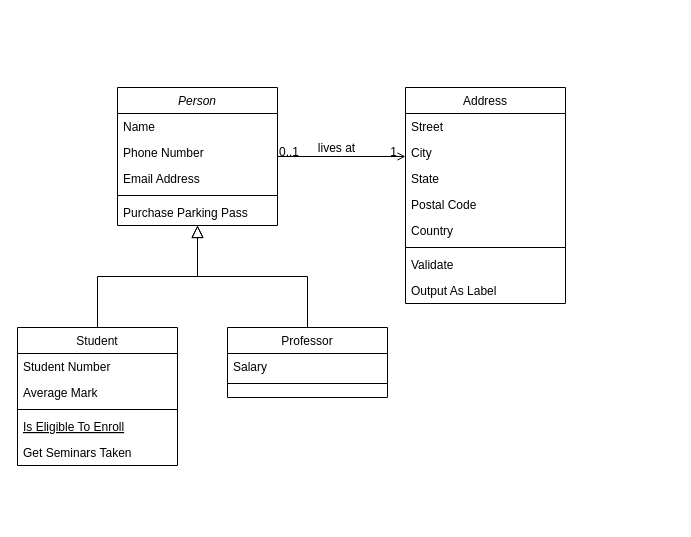
This is diagrama_de_classe.drawio from sidnneygove/diagramas, a draw.io file, before an edit. Source tidied: cells renumbered, new cells numbered last; positions are measured from the earlier drawing's top-left corner, leaving out a move shared by most shapes. Both pictures are drawn from the tidied source at 100%, with x=0, y=0 at pixel (17, 87).
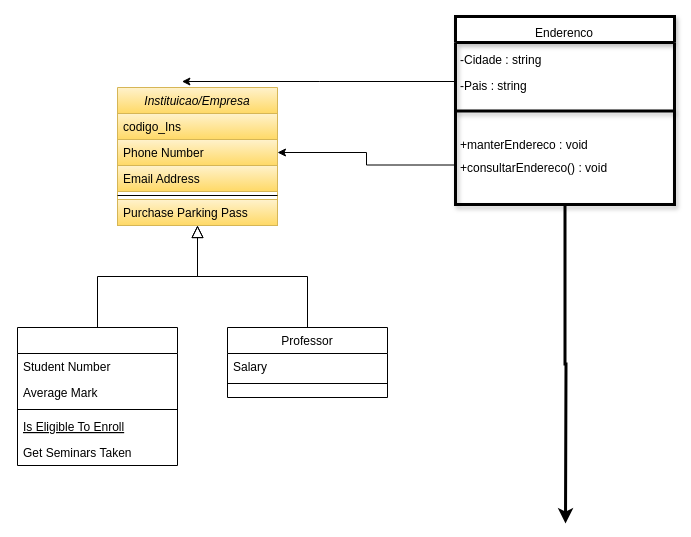
Above is the later version.

Change to the diagram source:
```diff
@@
-    <mxCell id="2" value="Person" style="swimlane;fontStyle=2;align=center;verticalAlign=top;horizontal=1;startSize=26;rounded=0;shadow=0;strokeWidth=1;" parent="1" vertex="1">
+    <mxCell id="2" value="Instituicao/Empresa" style="swimlane;fontStyle=2;align=center;verticalAlign=top;horizontal=1;startSize=26;rounded=0;shadow=0;strokeWidth=1;fillColor=#fff2cc;strokeColor=#d6b656;gradientColor=#ffd966;" parent="1" vertex="1">
       <mxGeometry x="100" width="160" height="138" as="geometry" />
     </mxCell>
-    <mxCell id="3" value="Name" style="text;align=left;verticalAlign=top;spacingLeft=4;spacingRight=4;overflow=hidden;" parent="2" vertex="1">
+    <mxCell id="3" value="codigo_Ins" style="text;align=left;verticalAlign=top;spacingLeft=4;spacingRight=4;overflow=hidden;fillColor=#fff2cc;strokeColor=#d6b656;gradientColor=#ffd966;" parent="2" vertex="1">
       <mxGeometry y="26" width="160" height="26" as="geometry" />
     </mxCell>
-    <mxCell id="4" value="Phone Number" style="text;align=left;verticalAlign=top;spacingLeft=4;spacingRight=4;overflow=hidden;points=[[0,0.5],[1,0.5]];portConstraint=eastwest;rounded=0;shadow=0;html=0;" parent="2" vertex="1">
+    <mxCell id="4" value="Phone Number" style="text;align=left;verticalAlign=top;spacingLeft=4;spacingRight=4;overflow=hidden;points=[[0,0.5],[1,0.5]];portConstraint=eastwest;rounded=0;shadow=0;html=0;fillColor=#fff2cc;strokeColor=#d6b656;gradientColor=#ffd966;" parent="2" vertex="1">
       <mxGeometry y="52" width="160" height="26" as="geometry" />
     </mxCell>
-    <mxCell id="5" value="Email Address" style="text;align=left;verticalAlign=top;spacingLeft=4;spacingRight=4;overflow=hidden;rounded=0;shadow=0;html=0;" parent="2" vertex="1">
+    <mxCell id="5" value="Email Address" style="text;align=left;verticalAlign=top;spacingLeft=4;spacingRight=4;overflow=hidden;rounded=0;shadow=0;html=0;fillColor=#fff2cc;strokeColor=#d6b656;gradientColor=#ffd966;" parent="2" vertex="1">
       <mxGeometry y="78" width="160" height="26" as="geometry" />
     </mxCell>
@@
-    <mxCell id="7" value="Purchase Parking Pass" style="text;align=left;verticalAlign=top;spacingLeft=4;spacingRight=4;overflow=hidden;" parent="2" vertex="1">
+    <mxCell id="7" value="Purchase Parking Pass" style="text;align=left;verticalAlign=top;spacingLeft=4;spacingRight=4;overflow=hidden;fillColor=#fff2cc;strokeColor=#d6b656;gradientColor=#ffd966;" parent="2" vertex="1">
       <mxGeometry y="112" width="160" height="26" as="geometry" />
     </mxCell>
-    <mxCell id="8" value="Student" style="swimlane;fontStyle=0;align=center;verticalAlign=top;horizontal=1;startSize=26;rounded=0;shadow=0;strokeWidth=1;" parent="1" vertex="1">
+    <mxCell id="8" style="swimlane;fontStyle=0;align=center;verticalAlign=top;horizontal=1;startSize=26;rounded=0;shadow=0;strokeWidth=1;" parent="1" vertex="1">
       <mxGeometry y="240" width="160" height="138" as="geometry" />
     </mxCell>
@@
+    <mxCell id="32" style="edgeStyle=orthogonalEdgeStyle;rounded=0;jettySize=auto;html=1;exitX=0.5;exitY=1;exitDx=0;exitDy=0;strokeWidth=3;" parent="1" edge="1" source="19">
+      <mxGeometry relative="1" as="geometry">
+        <mxPoint x="548" y="436" as="targetPoint" />
+      </mxGeometry>
+    </mxCell>
-    <mxCell id="19" value="Address" style="swimlane;fontStyle=0;align=center;verticalAlign=top;horizontal=1;startSize=26;rounded=0;shadow=0;strokeWidth=1;" parent="1" vertex="1">
-      <mxGeometry x="388" width="160" height="216" as="geometry" />
+    <mxCell id="19" value="Enderenco" style="swimlane;fontStyle=0;align=center;verticalAlign=bottom;horizontal=1;startSize=26;rounded=0;shadow=1;strokeWidth=3;fontSize=12;perimeterSpacing=1;spacingRight=1;" parent="1" vertex="1">
+      <mxGeometry x="438" y="-71" width="219" height="188" as="geometry" />
     </mxCell>
-    <mxCell id="20" value="Street" style="text;align=left;verticalAlign=top;spacingLeft=4;spacingRight=4;overflow=hidden;" parent="19" vertex="1">
-      <mxGeometry y="26" width="160" height="26" as="geometry" />
-    </mxCell>
-    <mxCell id="21" value="City" style="text;align=left;verticalAlign=top;spacingLeft=4;spacingRight=4;overflow=hidden;rounded=0;shadow=0;html=0;" parent="19" vertex="1">
-      <mxGeometry y="52" width="160" height="26" as="geometry" />
+    <mxCell id="21" value="-Cidade : string" style="text;align=left;verticalAlign=bottom;spacingLeft=4;spacingRight=1;overflow=hidden;rounded=0;shadow=1;html=0;spacing=1;fontSize=12;strokeWidth=3;perimeterSpacing=1;" parent="19" vertex="1">
+      <mxGeometry y="26" width="219" height="26" as="geometry" />
     </mxCell>
-    <mxCell id="22" value="State" style="text;align=left;verticalAlign=top;spacingLeft=4;spacingRight=4;overflow=hidden;rounded=0;shadow=0;html=0;" parent="19" vertex="1">
-      <mxGeometry y="78" width="160" height="26" as="geometry" />
-    </mxCell>
+    <mxCell id="33" style="edgeStyle=orthogonalEdgeStyle;rounded=0;jettySize=auto;html=1;exitX=0;exitY=0.5;exitDx=0;exitDy=0;" parent="19" edge="1" source="23">
+      <mxGeometry relative="1" as="geometry">
+        <mxPoint x="-273.6" y="65" as="targetPoint" />
+      </mxGeometry>
+    </mxCell>
-    <mxCell id="23" value="Postal Code" style="text;align=left;verticalAlign=top;spacingLeft=4;spacingRight=4;overflow=hidden;points=[[0,0.5],[1,0.5]];portConstraint=eastwest;rounded=0;shadow=0;html=0;" parent="19" vertex="1">
-      <mxGeometry y="104" width="160" height="26" as="geometry" />
+    <mxCell id="23" value="-Pais : string" style="text;align=left;verticalAlign=bottom;spacingLeft=4;spacingRight=1;overflow=hidden;points=[[0,0.5],[1,0.5]];portConstraint=eastwest;rounded=0;shadow=1;html=0;spacing=1;fontSize=12;strokeWidth=3;perimeterSpacing=1;" parent="19" vertex="1">
+      <mxGeometry y="52" width="219" height="26" as="geometry" />
     </mxCell>
-    <mxCell id="24" value="Country" style="text;align=left;verticalAlign=top;spacingLeft=4;spacingRight=4;overflow=hidden;rounded=0;shadow=0;html=0;" parent="19" vertex="1">
-      <mxGeometry y="130" width="160" height="26" as="geometry" />
-    </mxCell>
-    <mxCell id="25" style="line;html=1;strokeWidth=1;align=left;verticalAlign=middle;spacingTop=-1;spacingLeft=3;spacingRight=3;labelPosition=right;" parent="19" vertex="1">
-      <mxGeometry y="156" width="160" height="8" as="geometry" />
+    <mxCell id="25" style="line;html=1;strokeWidth=3;align=left;verticalAlign=bottom;spacingTop=-1;spacingLeft=3;spacingRight=1;labelPosition=right;fontSize=12;shadow=1;perimeterSpacing=1;" parent="19" vertex="1">
+      <mxGeometry y="78" width="219" height="33" as="geometry" />
     </mxCell>
-    <mxCell id="26" value="Validate" style="text;align=left;verticalAlign=top;spacingLeft=4;spacingRight=4;overflow=hidden;" parent="19" vertex="1">
-      <mxGeometry y="164" width="160" height="26" as="geometry" />
+    <mxCell id="26" value="+manterEndereco : void" style="text;align=left;verticalAlign=bottom;spacingLeft=4;spacingRight=1;overflow=hidden;spacing=1;fontSize=12;strokeWidth=3;shadow=1;perimeterSpacing=1;" parent="19" vertex="1">
+      <mxGeometry y="111" width="219" height="26" as="geometry" />
     </mxCell>
-    <mxCell id="27" value="Output As Label" style="text;align=left;verticalAlign=top;spacingLeft=4;spacingRight=4;overflow=hidden;points=[[0,0.5],[1,0.5]];portConstraint=eastwest;" parent="19" vertex="1">
-      <mxGeometry y="190" width="160" height="26" as="geometry" />
+    <mxCell id="27" value="+consultarEndereco() : void" style="text;align=left;verticalAlign=bottom;spacingLeft=4;spacingRight=1;overflow=hidden;points=[[0,0.5],[1,0.5]];portConstraint=eastwest;spacing=1;fontSize=12;strokeWidth=3;shadow=1;perimeterSpacing=1;" parent="19" vertex="1">
+      <mxGeometry y="137" width="219" height="23" as="geometry" />
     </mxCell>
-    <mxCell id="28" style="endArrow=open;shadow=0;strokeWidth=1;rounded=0;endFill=1;edgeStyle=elbowEdgeStyle;elbow=vertical;" parent="1" edge="1" source="2" target="19">
-      <mxGeometry x="0.5" y="41" relative="1" as="geometry">
-        <mxPoint x="-40" y="32" as="offset" />
-      </mxGeometry>
-    </mxCell>
-    <mxCell id="29" value="0..1" style="align=left;verticalAlign=bottom;labelBackgroundColor=none;fontSize=12;" parent="28" vertex="1">
-      <mxGeometry x="-1" relative="1" as="geometry">
-        <mxPoint y="4" as="offset" />
-      </mxGeometry>
-    </mxCell>
-    <mxCell id="30" value="1" style="align=right;verticalAlign=bottom;labelBackgroundColor=none;fontSize=12;" parent="28" vertex="1">
-      <mxGeometry x="1" relative="1" as="geometry">
-        <mxPoint x="-7" y="4" as="offset" />
-      </mxGeometry>
-    </mxCell>
-    <mxCell id="31" value="lives at" style="text;html=1;align=center;verticalAlign=middle;labelBackgroundColor=none;rounded=0;shadow=0;strokeWidth=1;fontSize=12;" parent="28" vertex="1">
-      <mxGeometry x="0.5" y="49" relative="1" as="geometry">
-        <mxPoint x="-38" y="40" as="offset" />
-      </mxGeometry>
-    </mxCell>
+    <mxCell id="34" style="edgeStyle=orthogonalEdgeStyle;rounded=0;jettySize=auto;html=1;exitX=0;exitY=0.5;exitDx=0;exitDy=0;" parent="1" edge="1" source="27" target="4">
+      <mxGeometry relative="1" as="geometry" />
+    </mxCell>
```
